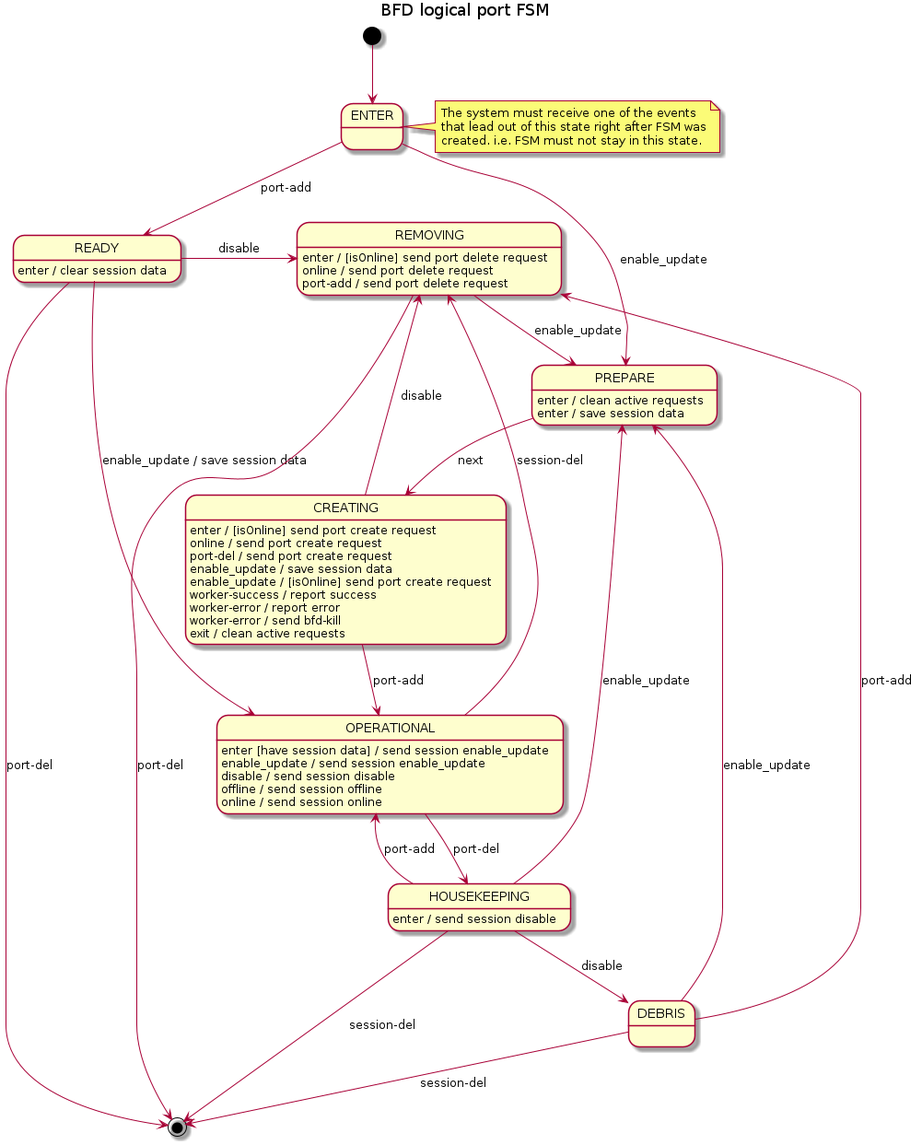
Above: docs/design/network-discovery/bfd-logical-port-FSM.png in surabujin/open-kilda (PlantUML), before the change.
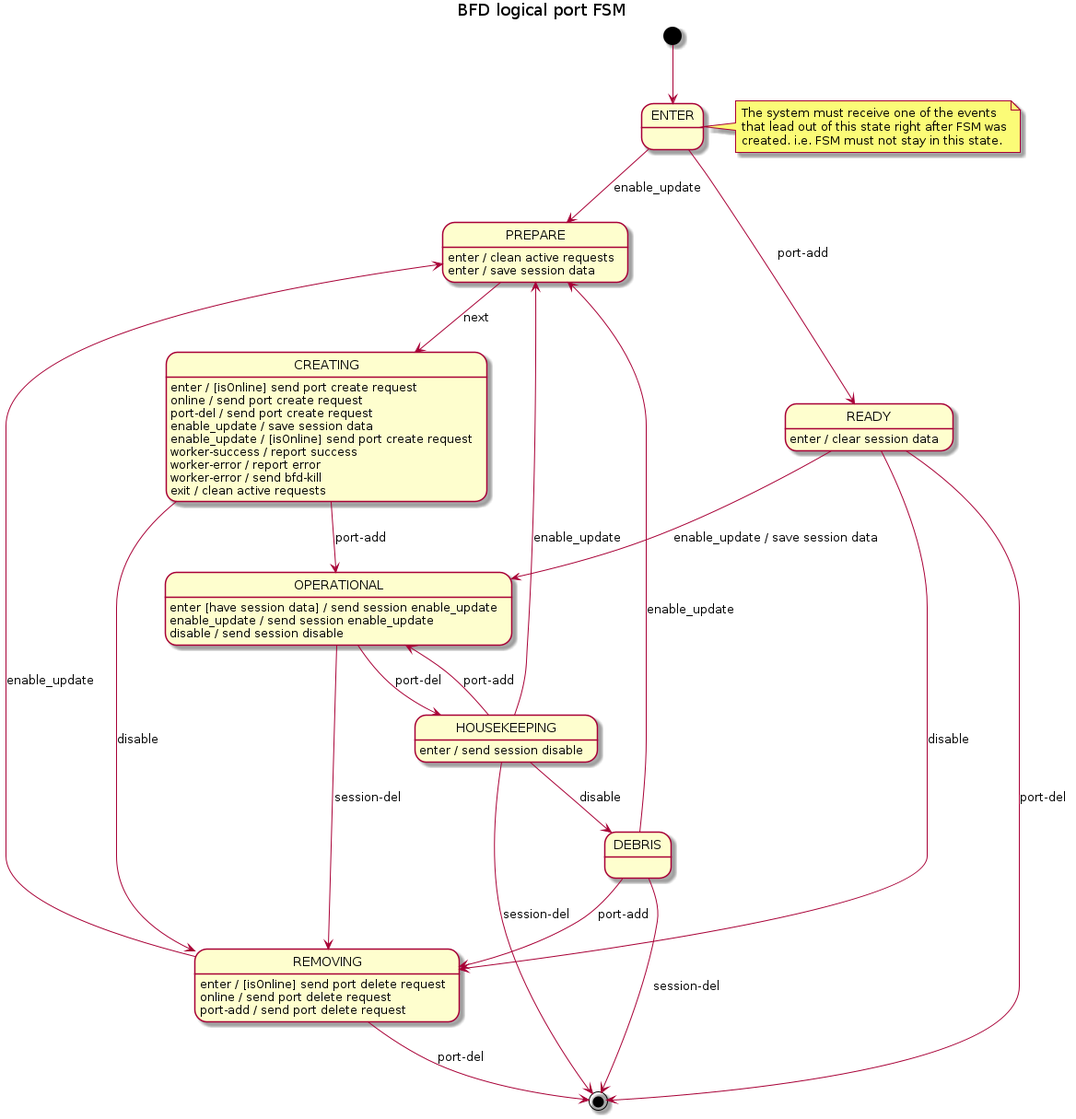
After the commit.

The edit, as a diff of the source:
```diff
@@ -16,12 +16,12 @@
 PREPARE: enter / save session data
 
 READY --> OPERATIONAL : enable_update / save session data
-READY -> REMOVING : disable
+READY --> REMOVING : disable
 READY --> [*] : port-del
 READY : enter / clear session data
 
 CREATING --> OPERATIONAL : port-add
-CREATING --> REMOVING : disable
+CREATING -> REMOVING : disable
 CREATING: enter / [isOnline] send port create request
 CREATING: online / send port create request
 CREATING: port-del / send port create request
@@ -37,8 +37,6 @@
 OPERATIONAL: enter [have session data] / send session enable_update
 OPERATIONAL: enable_update / send session enable_update
 OPERATIONAL: disable / send session disable
-OPERATIONAL: offline / send session offline
-OPERATIONAL: online / send session online
 
 REMOVING --> PREPARE : enable_update
 REMOVING --> [*] : port-del
```
